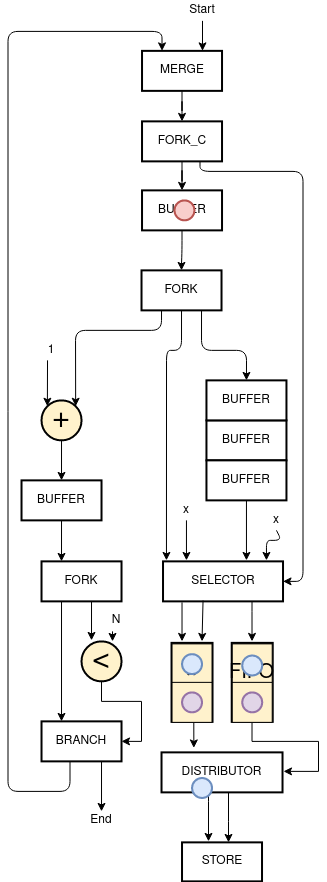
Above: deadlock_5.png in axelmarmet/intermediary-presentation (draw.io), before the change. Source tidied: cells renumbered, new cells last; positions are measured from the earlier drawing's top-left corner, leaving out a move shared by most shapes.
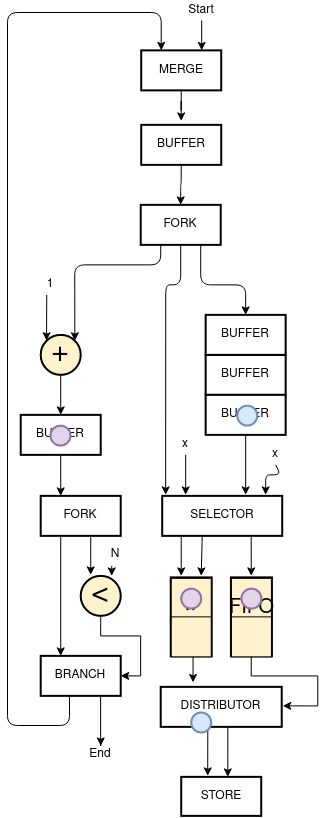
Later version of the same file.

Diff of the diagram source:
```diff
@@ -43,11 +43,13 @@
     <mxCell id="8" value="FORK" style="rounded=0;whiteSpace=wrap;html=1;strokeColor=#000000;strokeWidth=2;" parent="1" vertex="1">
       <mxGeometry x="133" y="269.9" width="80" height="40" as="geometry" />
     </mxCell>
-    <mxCell id="9" style="edgeStyle=orthogonalEdgeStyle;rounded=0;jettySize=auto;html=1;" parent="1" edge="1" source="10" target="49">
-      <mxGeometry relative="1" as="geometry" />
+    <mxCell id="9" style="edgeStyle=orthogonalEdgeStyle;rounded=0;jettySize=auto;html=1;" parent="1" edge="1" source="10">
+      <mxGeometry relative="1" as="geometry">
+        <mxPoint x="173.5" y="185.9" as="targetPoint" />
+      </mxGeometry>
     </mxCell>
     <mxCell id="10" value="MERGE" style="rounded=0;whiteSpace=wrap;html=1;strokeColor=#000000;strokeWidth=2;" parent="1" vertex="1">
-      <mxGeometry x="133.5" y="50.4" width="80" height="40" as="geometry" />
+      <mxGeometry x="133.5" y="115.4" width="80" height="40" as="geometry" />
     </mxCell>
     <mxCell id="11" style="edgeStyle=orthogonalEdgeStyle;rounded=0;jettySize=auto;html=1;fontSize=30;" parent="1" edge="1" source="12" target="33">
       <mxGeometry relative="1" as="geometry" />
@@ -107,10 +109,10 @@
     <mxCell id="24" style="edgeStyle=orthogonalEdgeStyle;rounded=1;jettySize=auto;html=1;entryX=0.25;entryY=0;entryDx=0;entryDy=0;fontSize=30;" parent="1" edge="1" source="25" target="10">
       <mxGeometry relative="1" as="geometry">
         <Array as="points">
-          <mxPoint x="61.5" y="790.9" />
-          <mxPoint x="-0.5" y="790.9" />
-          <mxPoint x="-0.5" y="30.9" />
-          <mxPoint x="153.5" y="30.9" />
+          <mxPoint x="61.8" y="790.5" />
+          <mxPoint x="-0.2" y="790.5" />
+          <mxPoint x="-0.2" y="77.5" />
+          <mxPoint x="153.8" y="77.5" />
         </Array>
       </mxGeometry>
     </mxCell>
@@ -119,12 +121,12 @@
     </mxCell>
     <mxCell id="26" style="edgeStyle=orthogonalEdgeStyle;rounded=0;orthogonalLoop=1;jettySize=auto;html=1;" parent="1" edge="1">
       <mxGeometry relative="1" as="geometry">
-        <mxPoint x="194" y="20.4" as="sourcePoint" />
-        <mxPoint x="194" y="50.4" as="targetPoint" />
+        <mxPoint x="194" y="85.4" as="sourcePoint" />
+        <mxPoint x="194" y="115.4" as="targetPoint" />
       </mxGeometry>
     </mxCell>
     <mxCell id="27" value="Start" style="text;html=1;strokeColor=none;fillColor=none;align=center;verticalAlign=middle;whiteSpace=wrap;rounded=0;" parent="1" vertex="1">
-      <mxGeometry x="174" y="0.4" width="40" height="20" as="geometry" />
+      <mxGeometry x="174" y="65.4" width="40" height="20" as="geometry" />
     </mxCell>
     <mxCell id="28" value="1" style="text;html=1;strokeColor=none;fillColor=none;align=center;verticalAlign=middle;whiteSpace=wrap;rounded=0;" parent="1" vertex="1">
       <mxGeometry x="23" y="339.9" width="40" height="20" as="geometry" />
@@ -219,83 +221,65 @@
     <mxCell id="46" value="STORE" style="rounded=0;whiteSpace=wrap;html=1;strokeColor=#000000;strokeWidth=2;" parent="1" vertex="1">
       <mxGeometry x="173.5" y="841.9" width="80" height="39" as="geometry" />
     </mxCell>
-    <mxCell id="47" style="edgeStyle=orthogonalEdgeStyle;rounded=0;jettySize=auto;html=1;entryX=0.5;entryY=0;entryDx=0;entryDy=0;" parent="1" edge="1" source="49" target="31">
-      <mxGeometry relative="1" as="geometry" />
+    <mxCell id="47" style="group;" parent="1" vertex="1">
+      <mxGeometry x="163.5" y="642.9" width="40" height="78" as="geometry" />
     </mxCell>
-    <mxCell id="48" style="edgeStyle=orthogonalEdgeStyle;rounded=1;jettySize=auto;html=1;entryX=1;entryY=0.5;entryDx=0;entryDy=0;" parent="1" edge="1" source="49" target="38">
-      <mxGeometry relative="1" as="geometry">
-        <Array as="points">
-          <mxPoint x="191.5" y="170.9" />
-          <mxPoint x="294.5" y="170.9" />
-          <mxPoint x="294.5" y="580.9" />
-        </Array>
-      </mxGeometry>
+    <mxCell id="48" style="group;" parent="47" vertex="1">
+      <mxGeometry width="40" height="78" as="geometry" />
     </mxCell>
-    <mxCell id="49" value="FORK_C" style="rounded=0;whiteSpace=wrap;html=1;strokeColor=#000000;strokeWidth=2;" parent="1" vertex="1">
-      <mxGeometry x="133.5" y="120.9" width="80" height="40" as="geometry" />
+    <mxCell id="49" style="group;" parent="48" vertex="1">
+      <mxGeometry width="40" height="78" as="geometry" />
     </mxCell>
-    <mxCell id="50" style="group;" parent="1" vertex="1">
-      <mxGeometry x="163.5" y="642.9" width="40" height="78" as="geometry" />
+    <mxCell id="50" style="rounded=0;whiteSpace=wrap;html=1;strokeWidth=3;fontSize=20;" parent="49" vertex="1">
+      <mxGeometry width="40" height="78" as="geometry" />
     </mxCell>
-    <mxCell id="51" style="group;" parent="50" vertex="1">
-      <mxGeometry width="40" height="78" as="geometry" />
+    <mxCell id="51" style="rounded=0;whiteSpace=wrap;html=1;strokeWidth=1;fontSize=20;fillColor=#fff2cc;strokeColor=#000000;" parent="49" vertex="1">
+      <mxGeometry y="0.5" width="40" height="40.5" as="geometry" />
     </mxCell>
-    <mxCell id="52" style="group;" parent="51" vertex="1">
-      <mxGeometry width="40" height="78" as="geometry" />
+    <mxCell id="52" style="rounded=0;whiteSpace=wrap;html=1;strokeWidth=1;fontSize=20;fillColor=#fff2cc;strokeColor=#000000;" parent="49" vertex="1">
+      <mxGeometry y="39" width="40" height="40" as="geometry" />
     </mxCell>
-    <mxCell id="53" style="rounded=0;whiteSpace=wrap;html=1;strokeWidth=3;fontSize=20;" parent="52" vertex="1">
-      <mxGeometry width="40" height="78" as="geometry" />
+    <mxCell id="53" value="&lt;font style=&quot;font-size: 40px;&quot;&gt;*&lt;/font&gt;" style="text;html=1;strokeColor=none;fillColor=none;align=center;verticalAlign=middle;whiteSpace=wrap;rounded=0;fontSize=40;" parent="49" vertex="1">
+      <mxGeometry x="6.7" y="34.1" width="26.7" height="13" as="geometry" />
     </mxCell>
-    <mxCell id="54" style="rounded=0;whiteSpace=wrap;html=1;strokeWidth=1;fontSize=20;fillColor=#fff2cc;strokeColor=#000000;" parent="52" vertex="1">
-      <mxGeometry y="0.5" width="40" height="40.5" as="geometry" />
+    <mxCell id="54" style="ellipse;whiteSpace=wrap;html=1;strokeColor=#9673a6;strokeWidth=2;fontSize=40;fillColor=#e1d5e7;" parent="49" vertex="1">
+      <mxGeometry x="10" y="10.8" width="20" height="20" as="geometry" />
     </mxCell>
-    <mxCell id="55" style="rounded=0;whiteSpace=wrap;html=1;strokeWidth=1;fontSize=20;fillColor=#fff2cc;strokeColor=#000000;" parent="52" vertex="1">
-      <mxGeometry y="39" width="40" height="40" as="geometry" />
+    <mxCell id="55" style="group;" parent="1" vertex="1">
+      <mxGeometry x="223.7" y="642.9" width="40" height="78" as="geometry" />
     </mxCell>
-    <mxCell id="56" value="&lt;font style=&quot;font-size: 40px;&quot;&gt;*&lt;/font&gt;" style="text;html=1;strokeColor=none;fillColor=none;align=center;verticalAlign=middle;whiteSpace=wrap;rounded=0;fontSize=40;" parent="52" vertex="1">
-      <mxGeometry x="6.7" y="34.1" width="26.7" height="13" as="geometry" />
+    <mxCell id="56" style="group;" parent="55" vertex="1">
+      <mxGeometry width="40" height="78" as="geometry" />
     </mxCell>
-    <mxCell id="57" style="ellipse;whiteSpace=wrap;html=1;strokeColor=#9673a6;strokeWidth=2;fontSize=40;fillColor=#e1d5e7;" parent="52" vertex="1">
-      <mxGeometry x="10" y="49" width="20" height="20" as="geometry" />
+    <mxCell id="57" style="group;" parent="56" vertex="1">
+      <mxGeometry width="40" height="78" as="geometry" />
     </mxCell>
-    <mxCell id="58" style="ellipse;whiteSpace=wrap;html=1;strokeColor=#6c8ebf;strokeWidth=2;fontSize=40;fillColor=#dae8fc;" parent="52" vertex="1">
-      <mxGeometry x="10" y="10.8" width="20" height="20" as="geometry" />
+    <mxCell id="58" style="rounded=0;whiteSpace=wrap;html=1;strokeWidth=3;fontSize=20;" parent="57" vertex="1">
+      <mxGeometry width="40" height="78" as="geometry" />
     </mxCell>
-    <mxCell id="59" style="group;" parent="1" vertex="1">
-      <mxGeometry x="223.7" y="642.9" width="40" height="78" as="geometry" />
+    <mxCell id="59" style="rounded=0;whiteSpace=wrap;html=1;strokeWidth=1;fontSize=20;fillColor=#fff2cc;strokeColor=#000000;" parent="57" vertex="1">
+      <mxGeometry y="0.5" width="40" height="40.5" as="geometry" />
     </mxCell>
-    <mxCell id="60" style="group;" parent="59" vertex="1">
-      <mxGeometry width="40" height="78" as="geometry" />
+    <mxCell id="60" style="rounded=0;whiteSpace=wrap;html=1;strokeWidth=1;fontSize=20;fillColor=#fff2cc;strokeColor=#000000;" parent="57" vertex="1">
+      <mxGeometry y="39" width="40" height="40" as="geometry" />
     </mxCell>
-    <mxCell id="61" style="group;" parent="60" vertex="1">
-      <mxGeometry width="40" height="78" as="geometry" />
+    <mxCell id="61" value="&lt;font style=&quot;font-size: 20px&quot;&gt;FIFO&lt;/font&gt;" style="text;html=1;strokeColor=none;fillColor=none;align=center;verticalAlign=middle;whiteSpace=wrap;rounded=0;fontSize=40;" parent="57" vertex="1">
+      <mxGeometry x="6.7" y="19.1" width="26.7" height="13" as="geometry" />
     </mxCell>
-    <mxCell id="62" style="rounded=0;whiteSpace=wrap;html=1;strokeWidth=3;fontSize=20;" parent="61" vertex="1">
-      <mxGeometry width="40" height="78" as="geometry" />
+    <mxCell id="62" style="ellipse;whiteSpace=wrap;html=1;strokeColor=#9673a6;strokeWidth=2;fontSize=40;fillColor=#e1d5e7;" parent="57" vertex="1">
+      <mxGeometry x="10" y="10.8" width="20" height="20" as="geometry" />
     </mxCell>
-    <mxCell id="63" style="rounded=0;whiteSpace=wrap;html=1;strokeWidth=1;fontSize=20;fillColor=#fff2cc;strokeColor=#000000;" parent="61" vertex="1">
-      <mxGeometry y="0.5" width="40" height="40.5" as="geometry" />
+    <mxCell id="63" value="BUFFER" style="rounded=0;whiteSpace=wrap;html=1;strokeColor=#000000;strokeWidth=2;" parent="1" vertex="1">
+      <mxGeometry x="198" y="459.9" width="80" height="40" as="geometry" />
     </mxCell>
-    <mxCell id="64" style="rounded=0;whiteSpace=wrap;html=1;strokeWidth=1;fontSize=20;fillColor=#fff2cc;strokeColor=#000000;" parent="61" vertex="1">
-      <mxGeometry y="39" width="40" height="40" as="geometry" />
+    <mxCell id="64" style="ellipse;whiteSpace=wrap;html=1;strokeColor=#9673a6;strokeWidth=2;fontSize=40;fillColor=#e1d5e7;" parent="1" vertex="1">
+      <mxGeometry x="42.8" y="490.6" width="20" height="20" as="geometry" />
     </mxCell>
-    <mxCell id="65" value="&lt;font style=&quot;font-size: 20px&quot;&gt;FIFO&lt;/font&gt;" style="text;html=1;strokeColor=none;fillColor=none;align=center;verticalAlign=middle;whiteSpace=wrap;rounded=0;fontSize=40;" parent="61" vertex="1">
-      <mxGeometry x="6.7" y="19.1" width="26.7" height="13" as="geometry" />
+    <mxCell id="65" style="ellipse;whiteSpace=wrap;html=1;strokeColor=#6c8ebf;strokeWidth=2;fontSize=40;fillColor=#dae8fc;" parent="1" vertex="1">
+      <mxGeometry x="183.5" y="777.5" width="20" height="20" as="geometry" />
     </mxCell>
-    <mxCell id="66" style="ellipse;whiteSpace=wrap;html=1;strokeColor=#9673a6;strokeWidth=2;fontSize=40;fillColor=#e1d5e7;" parent="61" vertex="1">
-      <mxGeometry x="10" y="49" width="20" height="20" as="geometry" />
+    <mxCell id="66" style="ellipse;whiteSpace=wrap;html=1;strokeColor=#6c8ebf;strokeWidth=2;fontSize=40;fillColor=#dae8fc;" parent="1" vertex="1">
+      <mxGeometry x="229.6" y="470.6" width="20" height="20" as="geometry" />
     </mxCell>
-    <mxCell id="67" style="ellipse;whiteSpace=wrap;html=1;strokeColor=#6c8ebf;strokeWidth=2;fontSize=40;fillColor=#dae8fc;" parent="61" vertex="1">
-      <mxGeometry x="10" y="12.1" width="20" height="20" as="geometry" />
-    </mxCell>
-    <mxCell id="68" value="BUFFER" style="rounded=0;whiteSpace=wrap;html=1;strokeColor=#000000;strokeWidth=2;" parent="1" vertex="1">
-      <mxGeometry x="198" y="459.9" width="80" height="40" as="geometry" />
-    </mxCell>
-    <mxCell id="69" style="ellipse;whiteSpace=wrap;html=1;strokeColor=#b85450;strokeWidth=2;fontSize=40;fillColor=#f8cecc;" parent="1" vertex="1">
-      <mxGeometry x="166" y="199.9" width="20" height="20" as="geometry" />
-    </mxCell>
-    <mxCell id="70" style="ellipse;whiteSpace=wrap;html=1;strokeColor=#6c8ebf;strokeWidth=2;fontSize=40;fillColor=#dae8fc;" parent="1" vertex="1">
-      <mxGeometry x="183.5" y="777.5" width="20" height="20" as="geometry" />
-    </mxCell>
   </root>
 </mxGraphModel>
```
